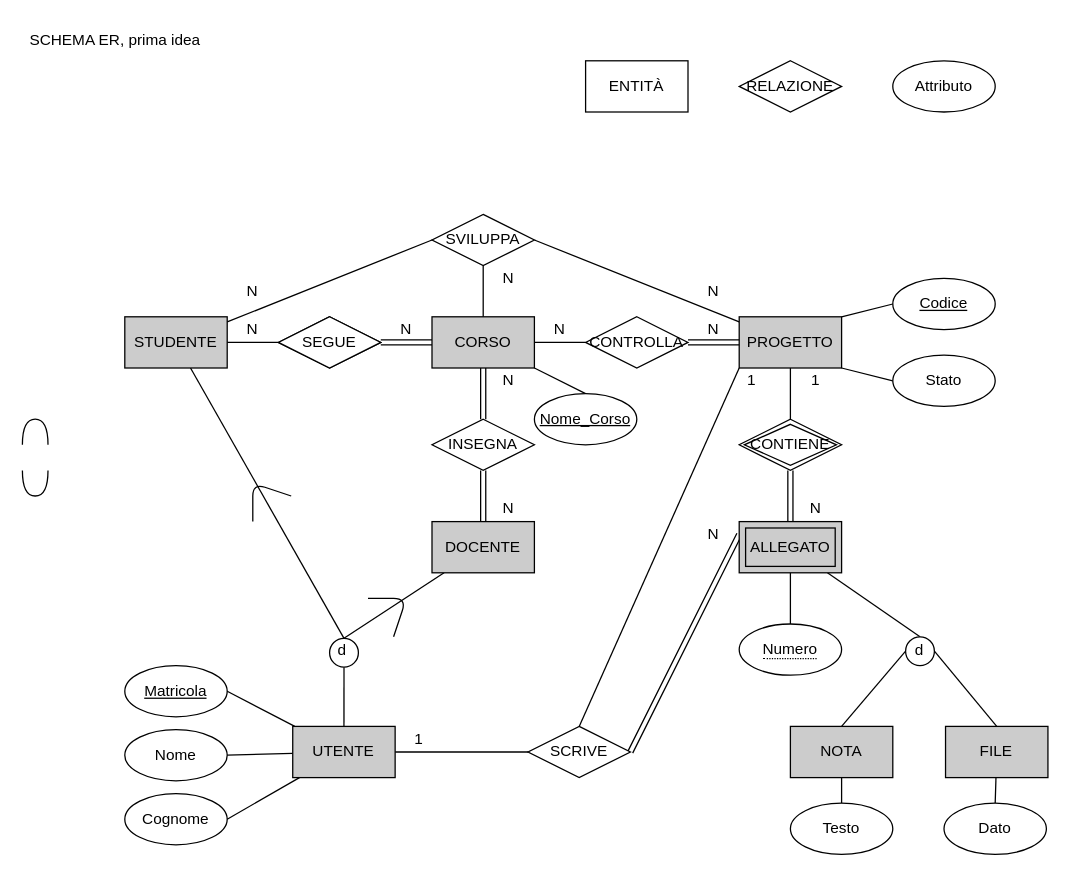
Earlier version of the draw.io diagram page "SCHEMA EER_OLD" (4 of 5) of prisa_eer.drawio (Cippo95/prisa). Source tidied: cells renumbered, new cells numbered last; positions are measured from the earlier drawing's top-left corner, leaving out a move shared by most shapes. Both pictures are drawn from the tidied source at 128%, with x=0, y=0 at pixel (22, 22).
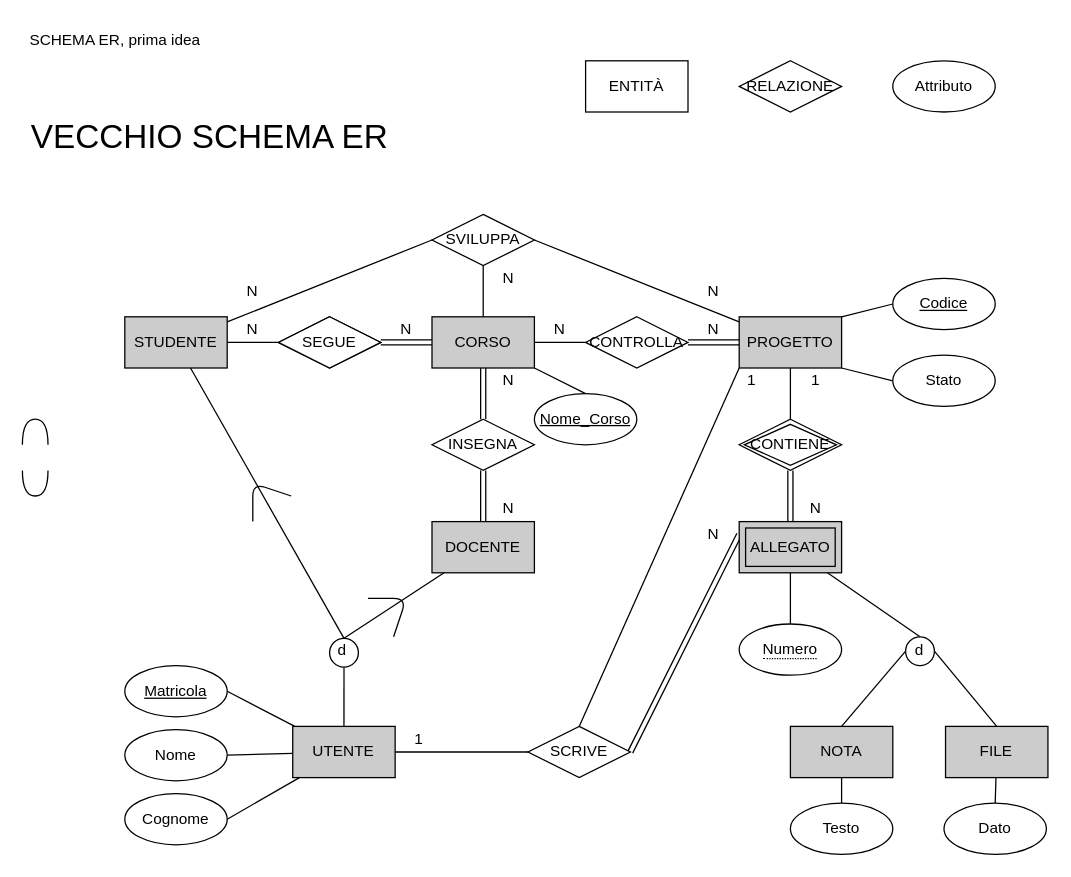
The same diagram, later.

The edit, as a diff of the source:
```diff
@@
+    <mxCell id="81" value="VECCHIO SCHEMA ER" style="text;html=1;align=center;verticalAlign=middle;strokeColor=none;fontSize=26;" parent="1" vertex="1">
+      <mxGeometry x="1.2" y="70" width="290" height="40" as="geometry" />
+    </mxCell>
```
